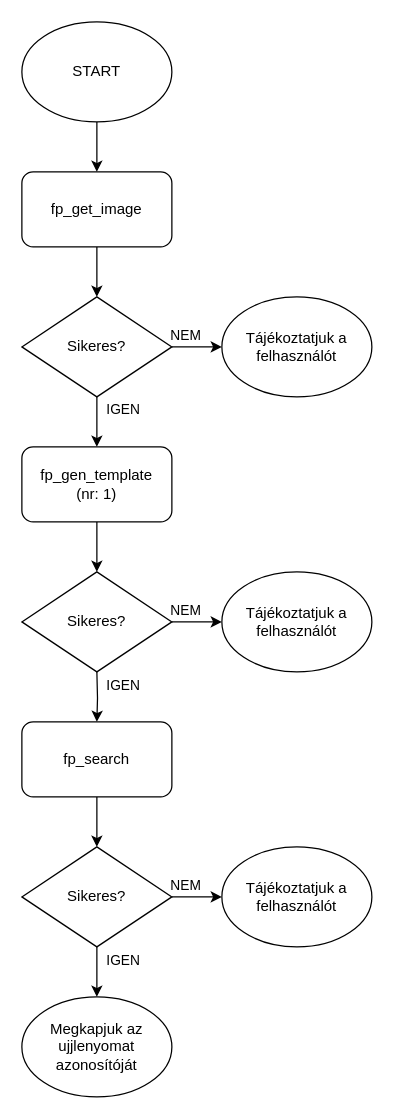
Earlier version of the draw.io diagram documentation/images/fp_search_process.drawio (Mlevike/okos-belepteto-rendszer). Source tidied: cells renumbered, new cells numbered last; positions are measured from the earlier drawing's top-left corner, leaving out a move shared by most shapes. Both pictures are drawn from the tidied source at 125%, with x=0, y=0 at pixel (21, 21).
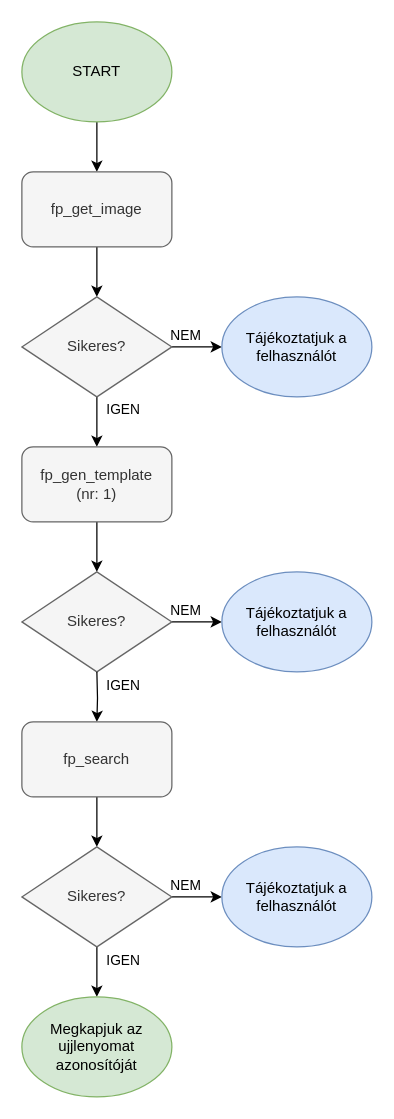
Above is the later version.

Commit message (it also covers changes not shown here):
Update fingerprint search process diagram

Diff of the diagram source:
```diff
@@
-    <mxCell id="3" value="START" style="ellipse;whiteSpace=wrap;html=1;" parent="1" vertex="1">
+    <mxCell id="3" value="START" style="ellipse;whiteSpace=wrap;html=1;fillColor=#d5e8d4;strokeColor=#82b366;" parent="1" vertex="1">
       <mxGeometry width="120" height="80" as="geometry" />
     </mxCell>
@@
-    <mxCell id="5" value="fp_get_image" style="rounded=1;whiteSpace=wrap;html=1;" parent="1" vertex="1">
+    <mxCell id="5" value="fp_get_image" style="rounded=1;whiteSpace=wrap;html=1;fillColor=#f5f5f5;fontColor=#333333;strokeColor=#666666;" parent="1" vertex="1">
       <mxGeometry y="120" width="120" height="60" as="geometry" />
     </mxCell>
@@
-    <mxCell id="10" value="Sikeres?" style="rhombus;whiteSpace=wrap;html=1;" parent="1" vertex="1">
+    <mxCell id="10" value="Sikeres?" style="rhombus;whiteSpace=wrap;html=1;fillColor=#f5f5f5;fontColor=#333333;strokeColor=#666666;" parent="1" vertex="1">
       <mxGeometry y="220" width="120" height="80" as="geometry" />
     </mxCell>
-    <mxCell id="11" value="Tájékoztatjuk a felhasználót" style="ellipse;whiteSpace=wrap;html=1;" parent="1" vertex="1">
+    <mxCell id="11" value="Tájékoztatjuk a felhasználót" style="ellipse;whiteSpace=wrap;html=1;fillColor=#dae8fc;strokeColor=#6c8ebf;" parent="1" vertex="1">
       <mxGeometry x="160" y="220" width="120" height="80" as="geometry" />
     </mxCell>
@@
-    <mxCell id="13" value="fp_gen_template&lt;br&gt;(nr: 1)" style="rounded=1;whiteSpace=wrap;html=1;" parent="1" vertex="1">
+    <mxCell id="13" value="fp_gen_template&lt;br&gt;(nr: 1)" style="rounded=1;whiteSpace=wrap;html=1;fillColor=#f5f5f5;fontColor=#333333;strokeColor=#666666;" parent="1" vertex="1">
       <mxGeometry y="340" width="120" height="60" as="geometry" />
     </mxCell>
@@
-    <mxCell id="16" value="Sikeres?" style="rhombus;whiteSpace=wrap;html=1;" parent="1" vertex="1">
+    <mxCell id="16" value="Sikeres?" style="rhombus;whiteSpace=wrap;html=1;fillColor=#f5f5f5;fontColor=#333333;strokeColor=#666666;" parent="1" vertex="1">
       <mxGeometry y="440" width="120" height="80" as="geometry" />
     </mxCell>
-    <mxCell id="17" value="Tájékoztatjuk a felhasználót" style="ellipse;whiteSpace=wrap;html=1;" parent="1" vertex="1">
+    <mxCell id="17" value="Tájékoztatjuk a felhasználót" style="ellipse;whiteSpace=wrap;html=1;fillColor=#dae8fc;strokeColor=#6c8ebf;" parent="1" vertex="1">
       <mxGeometry x="160" y="440" width="120" height="80" as="geometry" />
     </mxCell>
@@
-    <mxCell id="21" value="fp_search" style="rounded=1;whiteSpace=wrap;html=1;" parent="1" vertex="1">
+    <mxCell id="21" value="fp_search" style="rounded=1;whiteSpace=wrap;html=1;fillColor=#f5f5f5;fontColor=#333333;strokeColor=#666666;" parent="1" vertex="1">
       <mxGeometry y="560" width="120" height="60" as="geometry" />
     </mxCell>
@@
-    <mxCell id="26" value="Sikeres?" style="rhombus;whiteSpace=wrap;html=1;" parent="1" vertex="1">
+    <mxCell id="26" value="Sikeres?" style="rhombus;whiteSpace=wrap;html=1;fillColor=#f5f5f5;fontColor=#333333;strokeColor=#666666;" parent="1" vertex="1">
       <mxGeometry y="660" width="120" height="80" as="geometry" />
     </mxCell>
-    <mxCell id="27" value="Tájékoztatjuk a felhasználót" style="ellipse;whiteSpace=wrap;html=1;" parent="1" vertex="1">
+    <mxCell id="27" value="Tájékoztatjuk a felhasználót" style="ellipse;whiteSpace=wrap;html=1;fillColor=#dae8fc;strokeColor=#6c8ebf;" parent="1" vertex="1">
       <mxGeometry x="160" y="660" width="120" height="80" as="geometry" />
     </mxCell>
-    <mxCell id="28" value="Megkapjuk az ujjlenyomat azonosítóját" style="ellipse;whiteSpace=wrap;html=1;" parent="1" vertex="1">
+    <mxCell id="28" value="Megkapjuk az ujjlenyomat azonosítóját" style="ellipse;whiteSpace=wrap;html=1;fillColor=#d5e8d4;strokeColor=#82b366;" parent="1" vertex="1">
       <mxGeometry y="780" width="120" height="80" as="geometry" />
     </mxCell>
```
